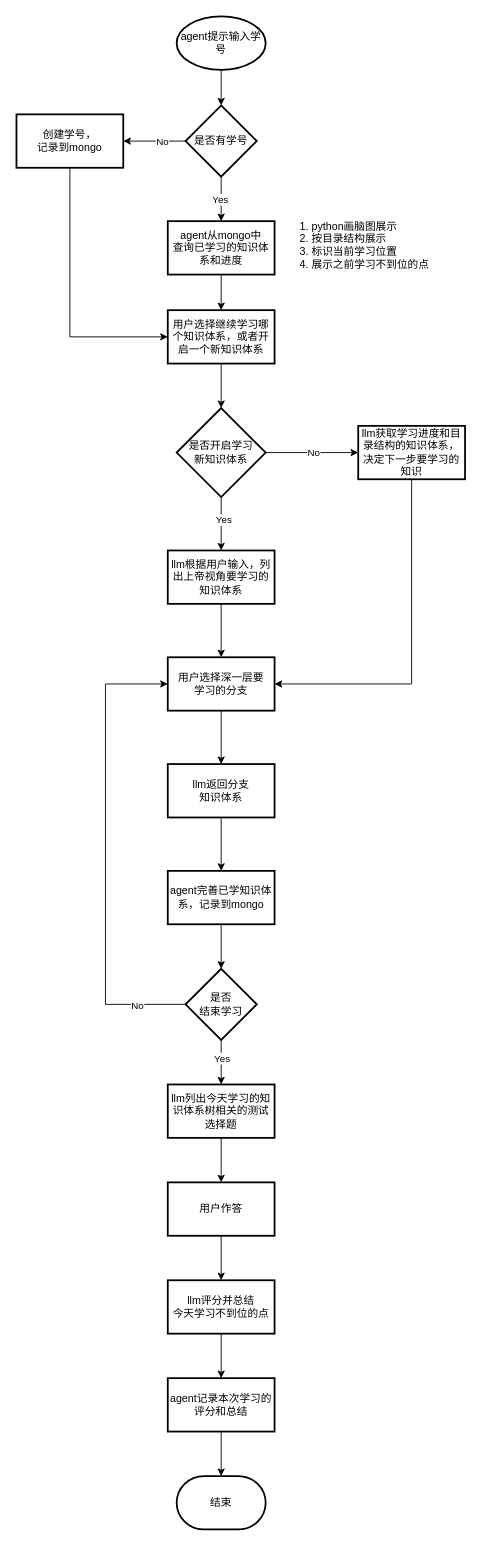
The draw.io diagram teacher_agent.drawio in deanzz/blog, before the edit. Source tidied: cells renumbered, new cells numbered last; positions are measured from the earlier drawing's top-left corner, leaving out a move shared by most shapes. Both pictures are drawn from the tidied source at 89%, with x=0, y=0 at pixel (16, 16).
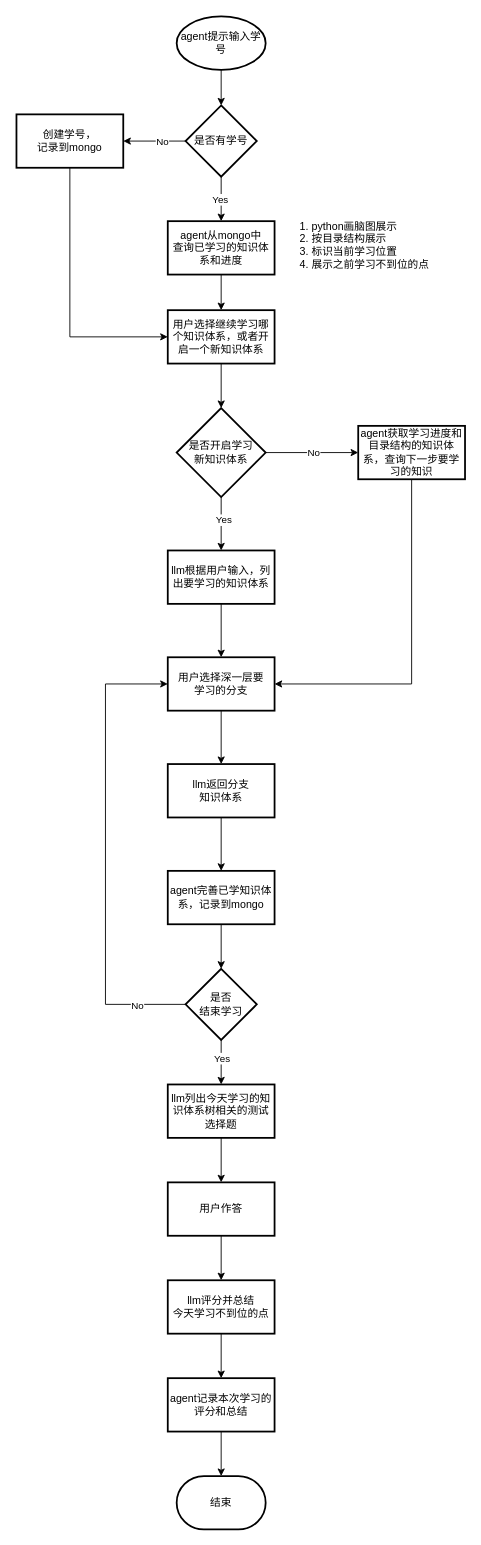
Above is the later version.

Diff of the diagram source:
```diff
@@
-    <mxCell id="12" value="llm获取学习进度和目录结构的知识体系，决定下一步要学习的知识" style="whiteSpace=wrap;html=1;strokeWidth=2;" parent="1" vertex="1">
+    <mxCell id="12" value="agent获取学习进度和目录结构的知识体系，查询下一步要学习的知识" style="whiteSpace=wrap;html=1;strokeWidth=2;" parent="1" vertex="1">
       <mxGeometry x="384" y="460" width="120" height="60" as="geometry" />
     </mxCell>
@@
-    <mxCell id="21" value="llm根据用户输入，列出上帝视角要学习的知识体系" style="whiteSpace=wrap;html=1;strokeWidth=2;" parent="1" vertex="1">
+    <mxCell id="21" value="llm根据用户输入，列出要学习的知识体系" style="whiteSpace=wrap;html=1;strokeWidth=2;" parent="1" vertex="1">
       <mxGeometry x="170" y="600" width="120" height="60" as="geometry" />
     </mxCell>
```
